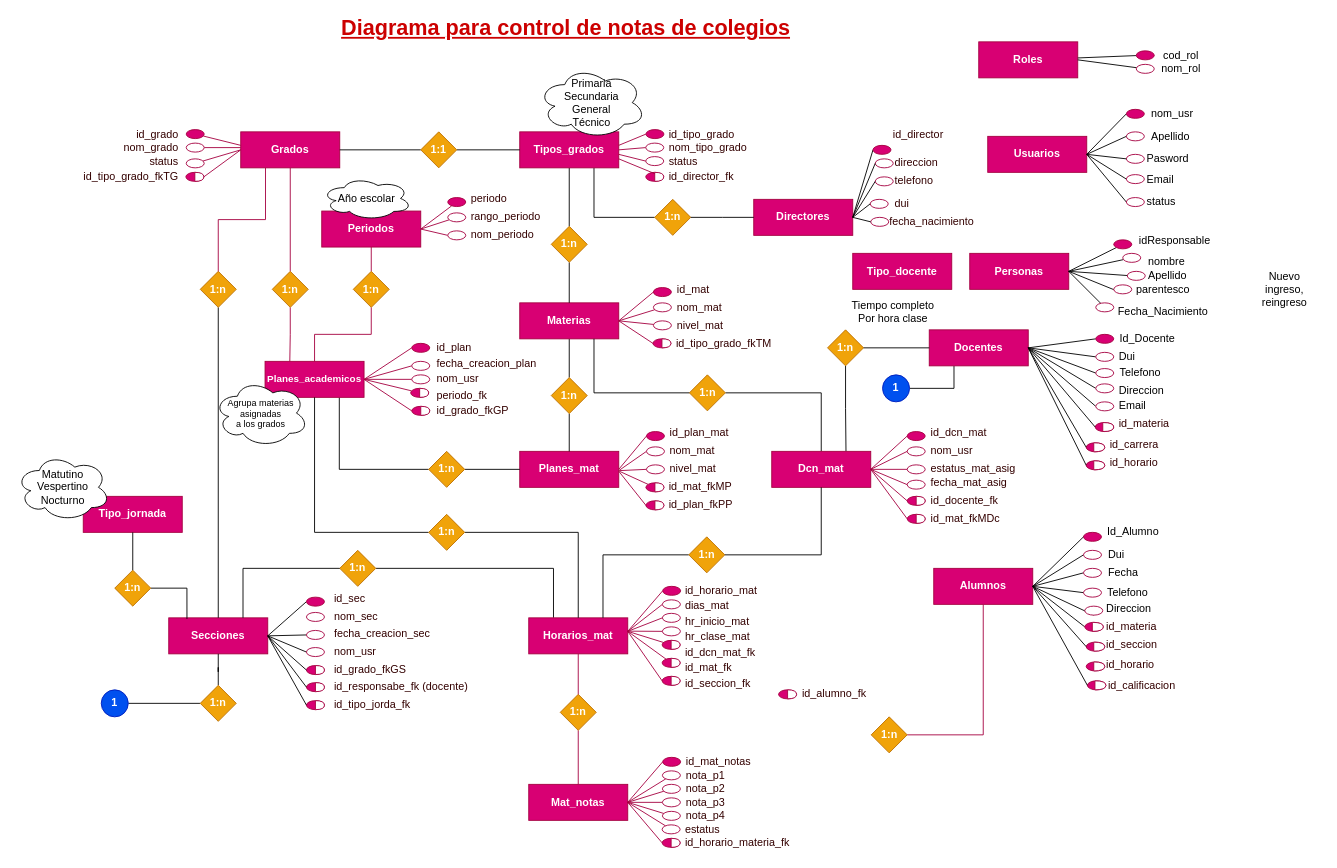
The draw.io diagram dsiw2_diagrama_notas.drawio in w-vasquez/dsiw2, before the edit. Source tidied: cells renumbered, new cells numbered last; positions are measured from the earlier drawing's top-left corner, leaving out a move shared by most shapes. Both pictures are drawn from the tidied source at 90%, with x=0, y=0 at pixel (15, 19).
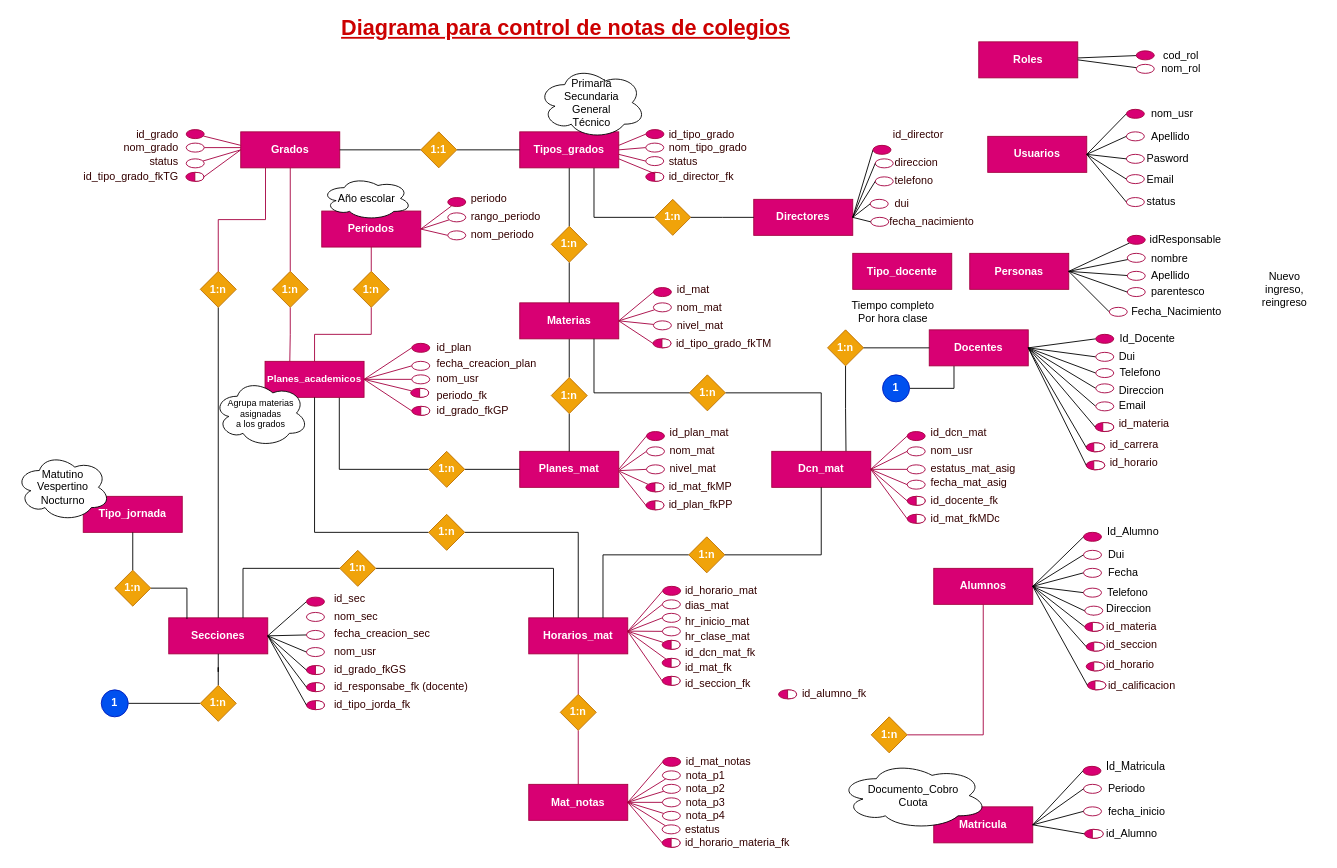
The same diagram, later.

Unchanged cells that the change refers to:
```xml
<mxCell id="8" value="Personas" style="rounded=0;whiteSpace=wrap;html=1;fillColor=#d80073;strokeColor=#A50040;fontColor=#ffffff;fontStyle=1;" parent="1" vertex="1">
  <mxGeometry x="1060" y="260" width="110" height="40" as="geometry" />
</mxCell>
```

Diff of the diagram source:
```diff
@@
+    <mxCell id="403" style="ellipse;whiteSpace=wrap;html=1;fillColor=#d80073;gradientDirection=east;strokeColor=#A50040;fontColor=#ffffff;" parent="1" vertex="1">
+      <mxGeometry x="1187.5" y="900" width="20.6" height="10" as="geometry" />
+    </mxCell>
@@
     <mxCell id="48" value="idResponsable" style="text;html=1;strokeColor=none;fillColor=none;align=center;verticalAlign=middle;whiteSpace=wrap;rounded=0;" parent="1" vertex="1">
-      <mxGeometry x="1248" y="236" width="80" height="20" as="geometry" />
+      <mxGeometry x="1260" y="235" width="80" height="20" as="geometry" />
     </mxCell>
@@
-    <mxCell id="50" value="nombre" style="text;html=1;strokeColor=none;fillColor=none;align=center;verticalAlign=middle;whiteSpace=wrap;rounded=0;" parent="1" vertex="1">
-      <mxGeometry x="1239" y="260" width="80" height="20" as="geometry" />
+    <mxCell id="50" value="nombre" style="text;html=1;strokeColor=none;fillColor=none;align=left;verticalAlign=middle;whiteSpace=wrap;rounded=0;" parent="1" vertex="1">
+      <mxGeometry x="1260" y="256" width="80" height="20" as="geometry" />
     </mxCell>
-    <mxCell id="51" value="Apellido" style="text;html=1;strokeColor=none;fillColor=none;align=center;verticalAlign=middle;whiteSpace=wrap;rounded=0;" parent="1" vertex="1">
-      <mxGeometry x="1240" y="275" width="80" height="20" as="geometry" />
+    <mxCell id="51" value="Apellido" style="text;html=1;strokeColor=none;fillColor=none;align=left;verticalAlign=middle;whiteSpace=wrap;rounded=0;" parent="1" vertex="1">
+      <mxGeometry x="1260" y="275" width="80" height="20" as="geometry" />
     </mxCell>
     <mxCell id="52" value="Fecha_Nacimiento" style="text;html=1;strokeColor=none;fillColor=none;align=center;verticalAlign=middle;whiteSpace=wrap;rounded=0;" parent="1" vertex="1">
-      <mxGeometry x="1235" y="315" width="80" height="20" as="geometry" />
+      <mxGeometry x="1250" y="315" width="80" height="20" as="geometry" />
     </mxCell>
@@
-    <mxCell id="57" style="edgeStyle=none;rounded=0;sketch=0;jettySize=auto;html=1;shadow=0;endArrow=none;endFill=0;fontSize=10;exitX=0;exitY=0;exitDx=0;exitDy=0;entryX=1;entryY=0.5;entryDx=0;entryDy=0;" parent="1" edge="1" target="8">
-      <mxGeometry relative="1" as="geometry">
-        <mxPoint x="1222.9" y="301.5" as="sourcePoint" />
-      </mxGeometry>
+    <mxCell id="57" style="edgeStyle=none;rounded=0;sketch=0;jettySize=auto;html=1;shadow=0;endArrow=none;endFill=0;fontSize=10;exitX=0;exitY=0.5;exitDx=0;exitDy=0;entryX=1;entryY=0.5;entryDx=0;entryDy=0;" parent="1" edge="1" source="76" target="8">
+      <mxGeometry relative="1" as="geometry" />
     </mxCell>
@@
-    <mxCell id="59" style="edgeStyle=none;rounded=0;sketch=0;jettySize=auto;html=1;shadow=0;endArrow=none;endFill=0;fontSize=10;entryX=1;entryY=0.5;entryDx=0;entryDy=0;" parent="1" edge="1" target="8">
-      <mxGeometry relative="1" as="geometry">
-        <mxPoint x="1210" y="320" as="sourcePoint" />
-      </mxGeometry>
+    <mxCell id="59" style="edgeStyle=none;rounded=0;sketch=0;jettySize=auto;html=1;shadow=0;endArrow=none;endFill=0;fontSize=10;entryX=1;entryY=0.5;entryDx=0;entryDy=0;exitX=0;exitY=0.5;exitDx=0;exitDy=0;" parent="1" edge="1" source="78" target="8">
+      <mxGeometry relative="1" as="geometry" />
     </mxCell>
     <mxCell id="60" style="ellipse;whiteSpace=wrap;html=1;strokeColor=#A50040;fontColor=#ffffff;fillColor=#d80073;" parent="1" vertex="1">
-      <mxGeometry x="1220" y="245" width="20" height="10" as="geometry" />
+      <mxGeometry x="1235" y="240" width="20" height="10" as="geometry" />
     </mxCell>
@@
-    <mxCell id="62" value="parentesco" style="text;html=1;strokeColor=none;fillColor=none;align=center;verticalAlign=middle;whiteSpace=wrap;rounded=0;" parent="1" vertex="1">
-      <mxGeometry x="1235" y="290" width="80" height="20" as="geometry" />
+    <mxCell id="62" value="parentesco" style="text;html=1;strokeColor=none;fillColor=none;align=left;verticalAlign=middle;whiteSpace=wrap;rounded=0;" parent="1" vertex="1">
+      <mxGeometry x="1260" y="293" width="80" height="20" as="geometry" />
     </mxCell>
@@
     <mxCell id="73" style="ellipse;whiteSpace=wrap;html=1;strokeColor=#A50040;fontColor=#ffffff;fillColor=#FFFFFF;" parent="1" vertex="1">
-      <mxGeometry x="1230" y="260" width="20" height="10" as="geometry" />
+      <mxGeometry x="1235" y="260" width="20" height="10" as="geometry" />
     </mxCell>
@@
     <mxCell id="76" style="ellipse;whiteSpace=wrap;html=1;strokeColor=#A50040;fontColor=#ffffff;fillColor=#FFFFFF;" parent="1" vertex="1">
-      <mxGeometry x="1220" y="295" width="20" height="10" as="geometry" />
+      <mxGeometry x="1235" y="298" width="20" height="10" as="geometry" />
     </mxCell>
@@
     <mxCell id="78" style="ellipse;whiteSpace=wrap;html=1;strokeColor=#A50040;fontColor=#ffffff;fillColor=#FFFFFF;" parent="1" vertex="1">
-      <mxGeometry x="1200" y="315" width="20" height="10" as="geometry" />
+      <mxGeometry x="1215" y="320" width="20" height="10" as="geometry" />
     </mxCell>
@@
+    <mxCell id="404" value="Matricula" style="rounded=0;whiteSpace=wrap;html=1;fillColor=#d80073;strokeColor=#A50040;fontColor=#ffffff;fontStyle=1;" parent="1" vertex="1">
+      <mxGeometry x="1020" y="875" width="110" height="40" as="geometry" />
+    </mxCell>
+    <mxCell id="405" style="ellipse;whiteSpace=wrap;html=1;strokeColor=#A50040;fontColor=#ffffff;fillColor=#d80073;" parent="1" vertex="1">
+      <mxGeometry x="1185.8" y="830" width="20" height="10" as="geometry" />
+    </mxCell>
+    <mxCell id="406" value="Id_Matricula" style="text;html=1;strokeColor=none;fillColor=none;align=left;verticalAlign=middle;whiteSpace=wrap;rounded=0;" parent="1" vertex="1">
+      <mxGeometry x="1210" y="820" width="80" height="20" as="geometry" />
+    </mxCell>
+    <mxCell id="407" style="rounded=0;jettySize=auto;html=1;fontSize=10;sketch=0;shadow=0;endArrow=none;endFill=0;exitX=0;exitY=0.5;exitDx=0;exitDy=0;entryX=1;entryY=0.5;entryDx=0;entryDy=0;" parent="1" edge="1" source="405" target="404">
+      <mxGeometry relative="1" as="geometry" />
+    </mxCell>
+    <mxCell id="408" style="ellipse;whiteSpace=wrap;html=1;strokeColor=#A50040;fontColor=#ffffff;fillColor=#FFFFFF;" parent="1" vertex="1">
+      <mxGeometry x="1186.4" y="850" width="20" height="10" as="geometry" />
+    </mxCell>
+    <mxCell id="409" value="Periodo" style="text;html=1;strokeColor=none;fillColor=none;align=left;verticalAlign=middle;whiteSpace=wrap;rounded=0;" parent="1" vertex="1">
+      <mxGeometry x="1212.2" y="845" width="80" height="20" as="geometry" />
+    </mxCell>
+    <mxCell id="410" style="rounded=0;jettySize=auto;html=1;fontSize=10;sketch=0;shadow=0;endArrow=none;endFill=0;exitX=0;exitY=0.5;exitDx=0;exitDy=0;entryX=1;entryY=0.5;entryDx=0;entryDy=0;" parent="1" edge="1" source="408" target="404">
+      <mxGeometry relative="1" as="geometry" />
+    </mxCell>
+    <mxCell id="411" value="fecha_inicio" style="text;html=1;strokeColor=none;fillColor=none;align=left;verticalAlign=middle;whiteSpace=wrap;rounded=0;" parent="1" vertex="1">
+      <mxGeometry x="1212.2" y="870" width="80" height="20" as="geometry" />
+    </mxCell>
+    <mxCell id="412" style="ellipse;whiteSpace=wrap;html=1;strokeColor=#A50040;fontColor=#ffffff;fillColor=#FFFFFF;" parent="1" vertex="1">
+      <mxGeometry x="1186.4" y="875" width="20" height="10" as="geometry" />
+    </mxCell>
+    <mxCell id="413" style="rounded=0;jettySize=auto;html=1;fontSize=10;sketch=0;shadow=0;endArrow=none;endFill=0;exitX=0;exitY=0.5;exitDx=0;exitDy=0;entryX=1;entryY=0.5;entryDx=0;entryDy=0;" parent="1" edge="1" source="412" target="404">
+      <mxGeometry relative="1" as="geometry" />
+    </mxCell>
+    <mxCell id="414" style="shape=or;whiteSpace=wrap;html=1;strokeColor=#A50040;fontColor=#ffffff;fillColor=#FFFFFF;" parent="1" vertex="1">
+      <mxGeometry x="1196.2" y="900" width="12.2" height="10" as="geometry" />
+    </mxCell>
+    <mxCell id="415" style="rounded=0;jettySize=auto;html=1;fontSize=10;sketch=0;shadow=0;endArrow=none;endFill=0;exitX=0;exitY=0.5;exitDx=0;exitDy=0;entryX=1;entryY=0.5;entryDx=0;entryDy=0;" parent="1" edge="1" source="403" target="404">
+      <mxGeometry relative="1" as="geometry" />
+    </mxCell>
+    <mxCell id="416" value="id_Alumno" style="text;html=1;strokeColor=none;fillColor=none;align=left;verticalAlign=middle;whiteSpace=wrap;rounded=0;" parent="1" vertex="1">
+      <mxGeometry x="1210" y="895" width="80" height="20" as="geometry" />
+    </mxCell>
+    <mxCell id="417" value="&lt;font color=&quot;#000000&quot;&gt;&lt;span style=&quot;font-size: 12px&quot;&gt;Documento_Cobro&lt;br&gt;Cuota&lt;br&gt;&lt;/span&gt;&lt;/font&gt;" style="ellipse;shape=cloud;whiteSpace=wrap;html=1;labelBackgroundColor=none;fontSize=10;fontColor=#330000;align=center;verticalAlign=middle;" parent="1" vertex="1">
+      <mxGeometry x="915" y="825" width="165" height="75" as="geometry" />
+    </mxCell>
```
